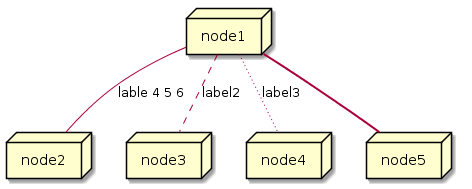
The PlantUML diagram images/plantuml-diagram.png in mrduguo/asciidoctor.org, before a commit.
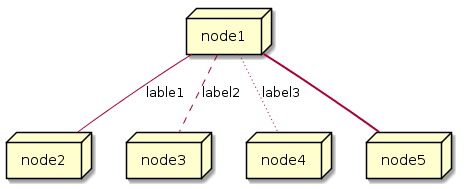
Above is the later version.

Change to the diagram source:
```diff
@@ -5,7 +5,7 @@
 node node3
 node node4
 node node5
-node1 -- node2 : lable 4 5 6
+node1 -- node2 : lable1
 node1 .. node3 : label2
 node1 ~~ node4 : label3
 node1 == node5
```
